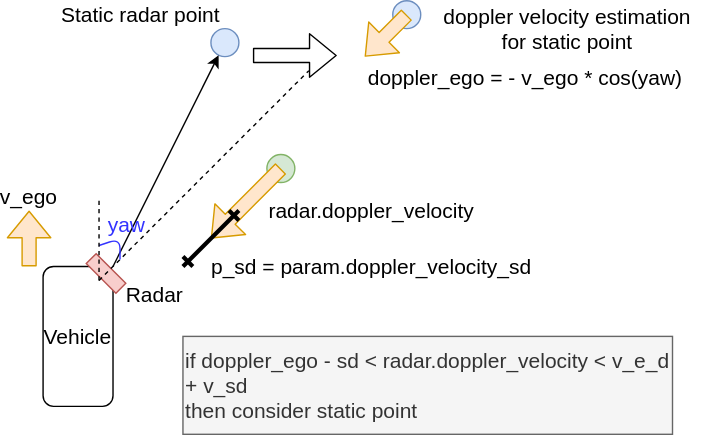
Above: radar_static_pointcloud_filter/docs/radar_static_pointcloud_filter.drawio.svg in scepter914/my-autoware-workspace (draw.io), before the change. Source tidied: cells renumbered, new cells last; positions are measured from the earlier drawing's top-left corner, leaving out a move shared by most shapes.
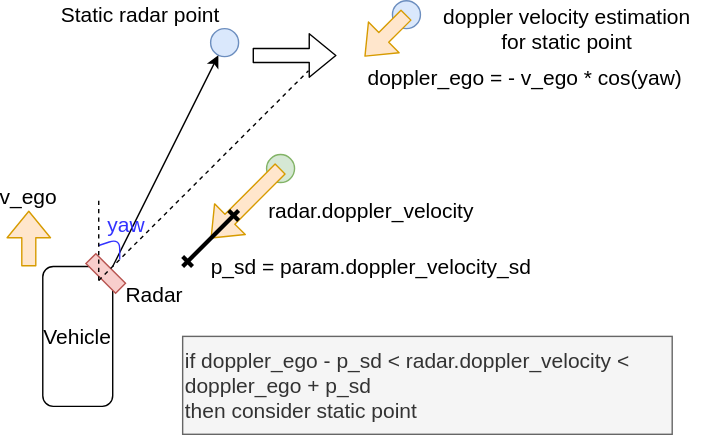
Later version of the same file.

What changed in the source:
```diff
@@ -79,7 +79,7 @@
     <mxCell id="19" value="radar.doppler_velocity" style="text;html=1;strokeColor=none;fillColor=none;align=center;verticalAlign=middle;whiteSpace=wrap;rounded=0;fontSize=15;" parent="1" vertex="1">
       <mxGeometry x="180" y="140" width="170" height="20" as="geometry" />
     </mxCell>
-    <mxCell id="20" value="if doppler_ego - sd &amp;lt; radar.doppler_velocity &amp;lt; v_e_d + v_sd &lt;br&gt;&amp;nbsp; &amp;nbsp; &amp;nbsp;then consider static point" style="text;html=1;align=left;verticalAlign=middle;whiteSpace=wrap;rounded=0;fontSize=15;fillColor=#f5f5f5;strokeColor=#666666;fontColor=#333333;" parent="1" vertex="1">
+    <mxCell id="20" value="if doppler_ego - p_sd &amp;lt; radar.doppler_velocity &amp;lt; doppler_ego + p_sd &lt;br&gt;&amp;nbsp; &amp;nbsp; &amp;nbsp;then consider static point" style="text;html=1;align=left;verticalAlign=middle;whiteSpace=wrap;rounded=0;fontSize=15;fillColor=#f5f5f5;strokeColor=#666666;fontColor=#333333;" parent="1" vertex="1">
       <mxGeometry x="130" y="240" width="350" height="70" as="geometry" />
     </mxCell>
     <mxCell id="21" style="endArrow=ERone;html=1;fontSize=15;startArrow=ERone;startFill=0;endFill=0;strokeWidth=3;" parent="1" edge="1">
```
